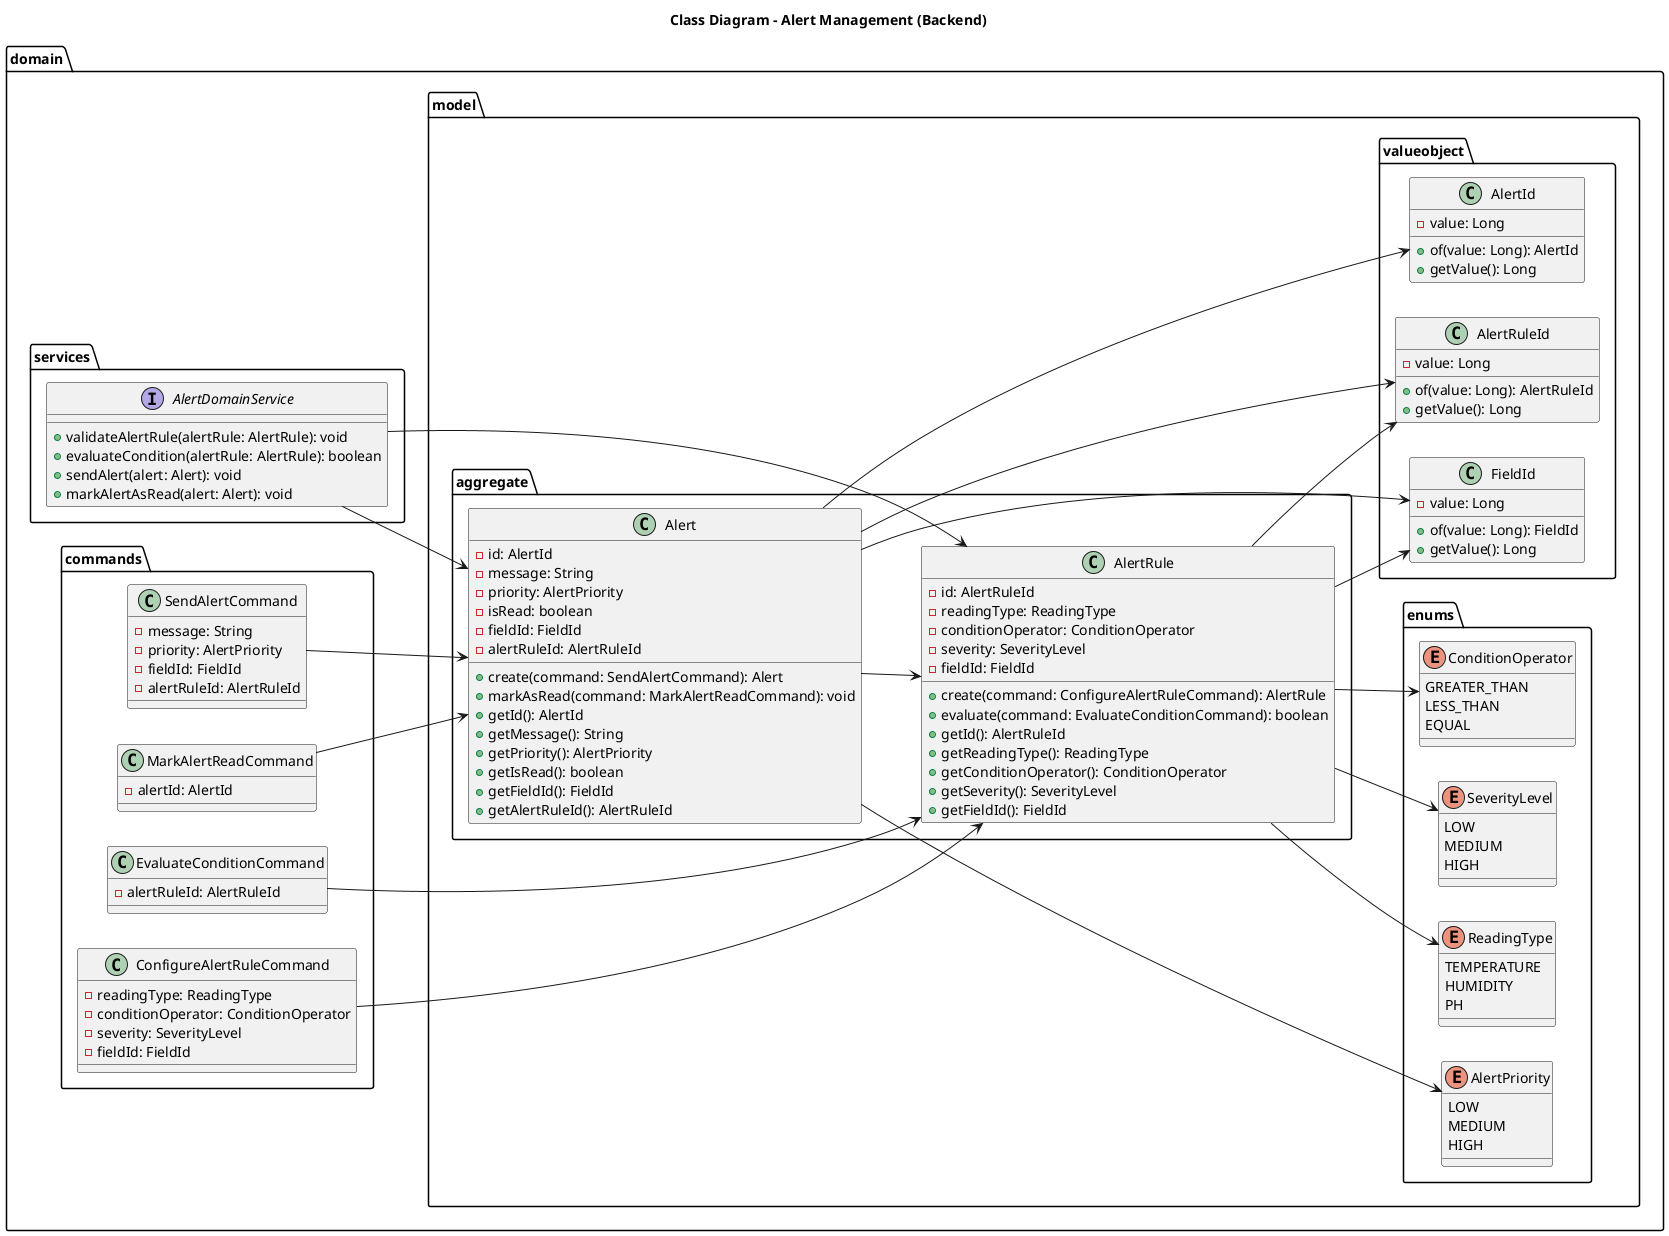
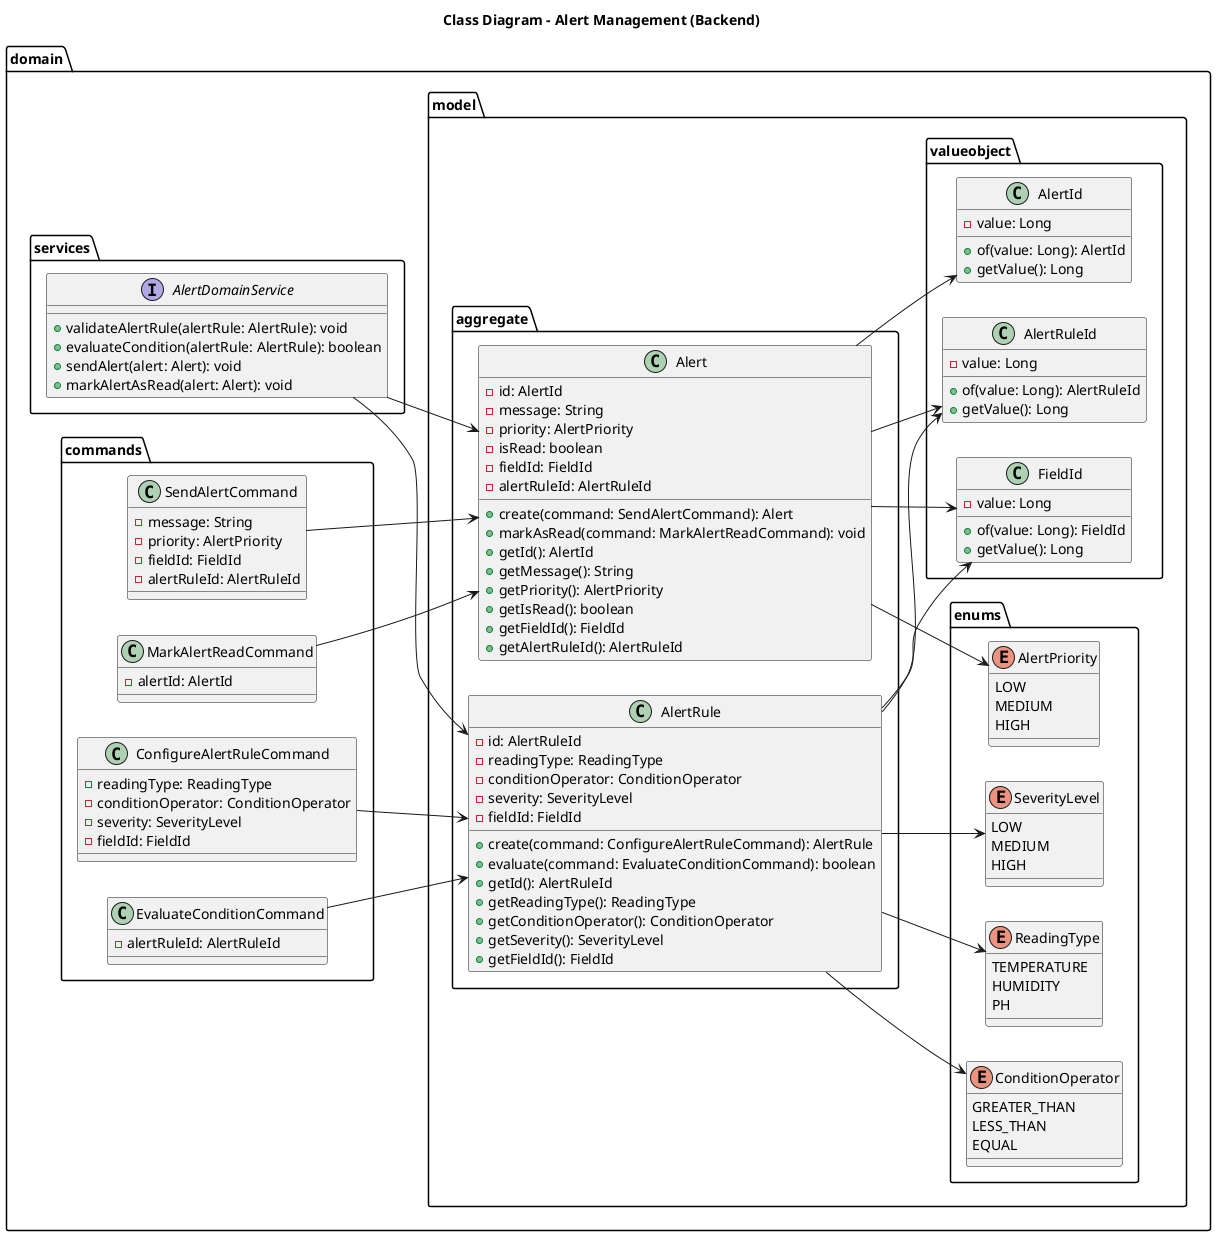
@startuml

left to right direction

title Class Diagram - Alert Management (Backend)

package "domain" {

  package "services" {
    interface AlertDomainService {
      +validateAlertRule(alertRule: AlertRule): void
      +evaluateCondition(alertRule: AlertRule): boolean
      +sendAlert(alert: Alert): void
      +markAlertAsRead(alert: Alert): void
    }
  }

  package "model" {

    package "aggregate" {
      class AlertRule {
        -id: AlertRuleId
        -readingType: ReadingType
        -conditionOperator: ConditionOperator
        -severity: SeverityLevel
        -fieldId: FieldId

        +create(command: ConfigureAlertRuleCommand): AlertRule
        +evaluate(command: EvaluateConditionCommand): boolean
        +getId(): AlertRuleId
        +getReadingType(): ReadingType
        +getConditionOperator(): ConditionOperator
        +getSeverity(): SeverityLevel
        +getFieldId(): FieldId
      }

      class Alert {
        -id: AlertId
        -message: String
        -priority: AlertPriority
        -isRead: boolean
        -fieldId: FieldId
        -alertRuleId: AlertRuleId

        +create(command: SendAlertCommand): Alert
        +markAsRead(command: MarkAlertReadCommand): void
        +getId(): AlertId
        +getMessage(): String
        +getPriority(): AlertPriority
        +getIsRead(): boolean
        +getFieldId(): FieldId
        +getAlertRuleId(): AlertRuleId
      }
    }

    package "enums" {
      enum AlertPriority {
        LOW
        MEDIUM
        HIGH
      }

      enum ReadingType {
        TEMPERATURE
        HUMIDITY
        PH
      }

      enum ConditionOperator {
        GREATER_THAN
        LESS_THAN
        EQUAL
      }

      enum SeverityLevel {
        LOW
        MEDIUM
        HIGH
      }
    }

    package "valueobject" {
      class AlertId {
        -value: Long
        +of(value: Long): AlertId
        +getValue(): Long
      }

      class AlertRuleId {
        -value: Long
        +of(value: Long): AlertRuleId
        +getValue(): Long
      }

      class FieldId {
        -value: Long
        +of(value: Long): FieldId
        +getValue(): Long
      }
    }
  }

  package "commands" {
    class ConfigureAlertRuleCommand {
      -readingType: ReadingType
      -conditionOperator: ConditionOperator
      -severity: SeverityLevel
      -fieldId: FieldId
    }

    class EvaluateConditionCommand {
      -alertRuleId: AlertRuleId
    }

    class SendAlertCommand {
      -message: String
      -priority: AlertPriority
      -fieldId: FieldId
      -alertRuleId: AlertRuleId
    }

    class MarkAlertReadCommand {
      -alertId: AlertId
    }
  }
}

AlertDomainService --> AlertRule
AlertDomainService --> Alert

AlertRule --> AlertRuleId
AlertRule --> ReadingType
AlertRule --> ConditionOperator
AlertRule --> SeverityLevel
AlertRule --> FieldId

Alert --> AlertId
Alert --> AlertPriority
Alert --> FieldId
Alert --> AlertRuleId

- Alert --> AlertRule
- 
ConfigureAlertRuleCommand --> AlertRule
EvaluateConditionCommand --> AlertRule
SendAlertCommand --> Alert
MarkAlertReadCommand --> Alert

@enduml